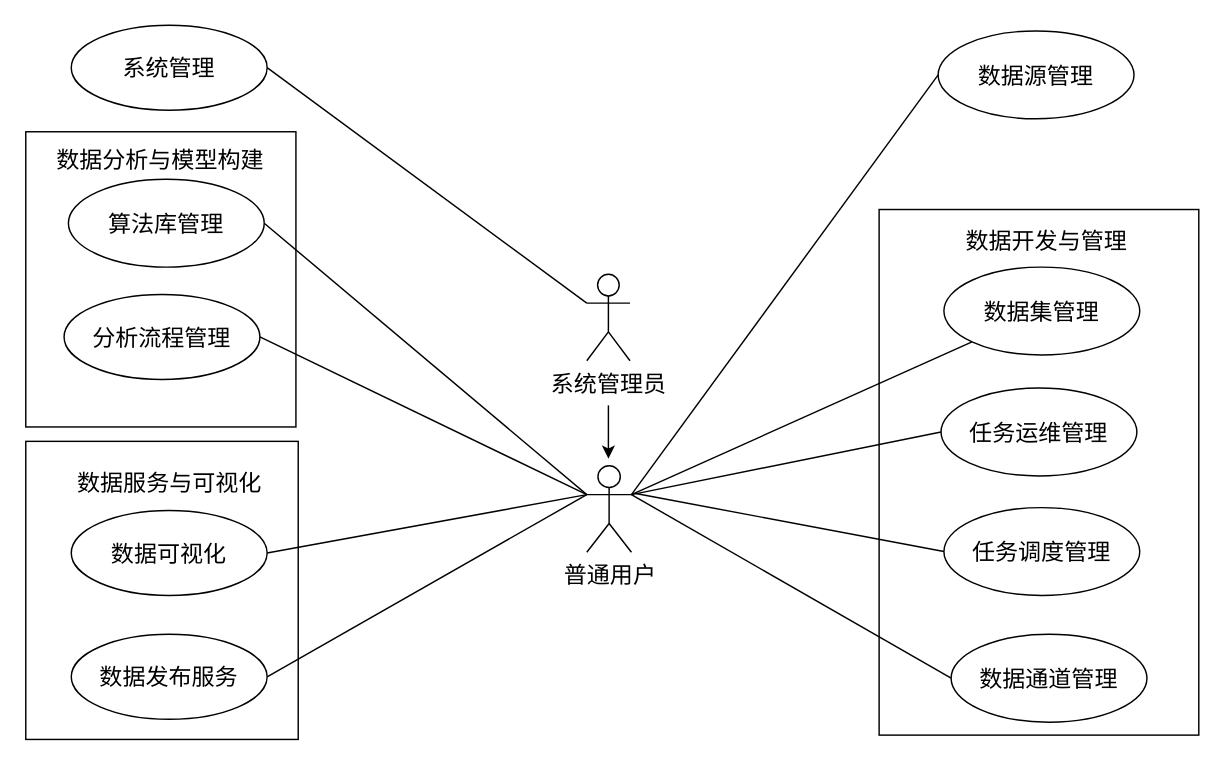
nianqingdeguowang/python keeps this draw.io diagram as first.drawio. Above is the earlier version. Source tidied: cells renumbered, new cells numbered last; positions are measured from the earlier drawing's top-left corner, leaving out a move shared by most shapes. Both pictures are drawn from the tidied source at 144%, with x=0, y=0 at pixel (24, 24).
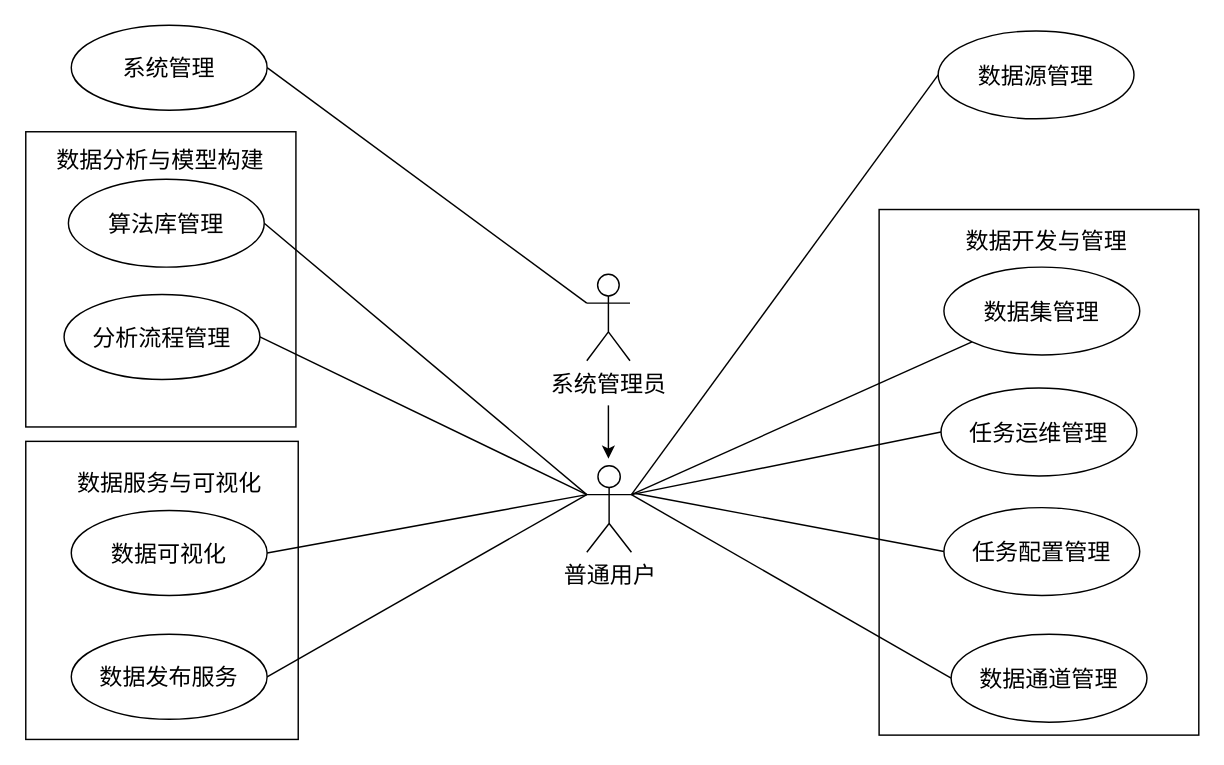
After the change.

The edit, as a diff of the source:
```diff
@@
-    <mxCell id="26" value="任务调度管理" style="ellipse;whiteSpace=wrap;html=1;fontSize=16;" parent="1" vertex="1">
+    <mxCell id="26" value="任务配置管理" style="ellipse;whiteSpace=wrap;html=1;fontSize=16;" parent="1" vertex="1">
       <mxGeometry x="638" y="335" width="136" height="61" as="geometry" />
     </mxCell>
```
